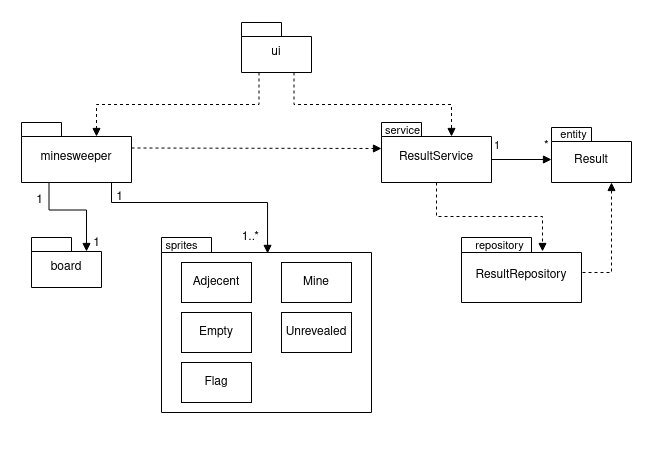
xelmas/ot-miinaharava keeps this draw.io diagram as dokumentaatio/kuvat/arkkitehtuuri-pakkaus-luokat.png. Above is the earlier version. Source tidied: cells renumbered, new cells last; positions are measured from the earlier drawing's top-left corner, leaving out a move shared by most shapes.
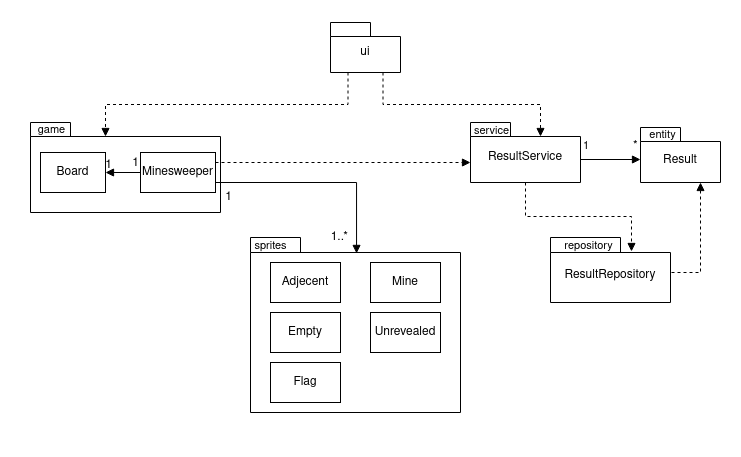
The same file after the commit.

The edit, as a diff of the source:
```diff
@@ -5,22 +5,20 @@
     <mxCell id="2" value="ui" style="shape=folder;fontStyle=0;spacingTop=10;tabWidth=40;tabHeight=14;tabPosition=left;html=1;whiteSpace=wrap;" parent="1" vertex="1">
       <mxGeometry x="240" y="20" width="70" height="50" as="geometry" />
     </mxCell>
-    <mxCell id="3" value="minesweeper" style="shape=folder;fontStyle=0;spacingTop=10;tabWidth=40;tabHeight=14;tabPosition=left;html=1;whiteSpace=wrap;" parent="1" vertex="1">
-      <mxGeometry x="20" y="120" width="110" height="60" as="geometry" />
+    <mxCell id="3" style="shape=folder;fontStyle=0;spacingTop=10;tabWidth=40;tabHeight=14;tabPosition=left;html=1;whiteSpace=wrap;" parent="1" vertex="1">
+      <mxGeometry x="-60" y="120" width="190" height="90" as="geometry" />
     </mxCell>
     <mxCell id="4" style="shape=folder;fontStyle=1;spacingTop=10;tabWidth=50;tabHeight=15;tabPosition=left;html=1;whiteSpace=wrap;" parent="1" vertex="1">
       <mxGeometry x="160" y="235" width="210" height="175" as="geometry" />
     </mxCell>
-    <mxCell id="5" value="board" style="shape=folder;fontStyle=0;spacingTop=10;tabWidth=40;tabHeight=14;tabPosition=left;html=1;whiteSpace=wrap;" parent="1" vertex="1">
-      <mxGeometry x="30" y="235" width="70" height="50" as="geometry" />
-    </mxCell>
     <mxCell id="6" value="dispatch" style="verticalAlign=bottom;endArrow=block;edgeStyle=elbowEdgeStyle;elbow=vertical;curved=0;rounded=0;fontColor=none;html=1;labelBackgroundColor=none;noLabel=1;dashed=1;entryX=0;entryY=0;entryDx=75;entryDy=14;entryPerimeter=0;exitX=0.25;exitY=1;exitDx=0;exitDy=0;exitPerimeter=0;" parent="1" edge="1" source="2" target="3">
       <mxGeometry x="0.01" relative="1" as="geometry" />
     </mxCell>
-    <mxCell id="7" value="dispatch" style="verticalAlign=bottom;endArrow=block;edgeStyle=elbowEdgeStyle;elbow=vertical;curved=0;rounded=0;fontColor=none;html=1;labelBackgroundColor=none;noLabel=1;entryX=0.505;entryY=0.091;entryDx=0;entryDy=0;entryPerimeter=0;" parent="1" edge="1" source="3" target="4">
+    <mxCell id="7" value="dispatch" style="verticalAlign=bottom;endArrow=block;edgeStyle=elbowEdgeStyle;elbow=vertical;curved=0;rounded=0;fontColor=none;html=1;labelBackgroundColor=none;noLabel=1;entryX=0.505;entryY=0.091;entryDx=0;entryDy=0;entryPerimeter=0;exitX=1;exitY=0.75;exitDx=0;exitDy=0;" parent="1" edge="1" source="42" target="4">
       <mxGeometry x="0.01" relative="1" as="geometry">
         <Array as="points">
-          <mxPoint x="110" y="200" />
+          <mxPoint x="250" y="180" />
+          <mxPoint x="200" y="170" />
         </Array>
       </mxGeometry>
     </mxCell>
@@ -52,12 +50,12 @@
       <mxGeometry x="160" y="232.5" width="40" height="20" as="geometry" />
     </mxCell>
     <mxCell id="17" value="1" style="html=1;whiteSpace=wrap;align=right;verticalAlign=bottom;" parent="1" vertex="1">
-      <mxGeometry x="40" y="180" as="geometry">
+      <mxGeometry x="20" y="145" as="geometry">
         <mxPoint x="3" y="27" as="offset" />
       </mxGeometry>
     </mxCell>
     <mxCell id="18" value="1" style="html=1;whiteSpace=wrap;align=right;verticalAlign=bottom;" parent="1" vertex="1">
-      <mxGeometry x="100" y="250" as="geometry" />
+      <mxGeometry x="50" y="170" as="geometry" />
     </mxCell>
     <mxCell id="19" style="html=1;whiteSpace=wrap;align=right;verticalAlign=bottom;" parent="1" vertex="1">
       <mxGeometry x="50" y="200" as="geometry" />
@@ -114,25 +112,37 @@
         </Array>
       </mxGeometry>
     </mxCell>
-    <mxCell id="34" value="dispatch" style="verticalAlign=bottom;endArrow=block;edgeStyle=elbowEdgeStyle;elbow=vertical;curved=0;rounded=0;fontColor=none;html=1;labelBackgroundColor=none;noLabel=1;dashed=1;exitX=0;exitY=0;exitDx=110;exitDy=25.5;exitPerimeter=0;entryX=0;entryY=0;entryDx=0;entryDy=25.5;entryPerimeter=0;" parent="1" edge="1" source="3" target="24">
-      <mxGeometry x="0.01" relative="1" as="geometry" />
-    </mxCell>
     <mxCell id="35" value="&amp;nbsp;" style="text;html=1;strokeColor=none;fillColor=none;align=center;verticalAlign=middle;whiteSpace=wrap;rounded=0;" parent="1" vertex="1">
       <mxGeometry x="250" y="420" width="30" height="10" as="geometry" />
     </mxCell>
     <mxCell id="36" value="&amp;nbsp;" style="text;html=1;strokeColor=none;fillColor=none;align=center;verticalAlign=middle;whiteSpace=wrap;rounded=0;" parent="1" vertex="1">
       <mxGeometry x="640" y="139" width="10" height="21" as="geometry" />
     </mxCell>
-    <mxCell id="37" value="dispatch" style="verticalAlign=bottom;endArrow=block;elbow=vertical;rounded=0;fontColor=none;html=1;labelBackgroundColor=none;noLabel=1;exitX=0.25;exitY=1;exitDx=0;exitDy=0;exitPerimeter=0;entryX=0;entryY=0;entryDx=55;entryDy=14;entryPerimeter=0;edgeStyle=orthogonalEdgeStyle;" parent="1" edge="1" source="3" target="5">
-      <mxGeometry x="0.01" relative="1" as="geometry" />
-    </mxCell>
     <mxCell id="38" value="1" style="html=1;whiteSpace=wrap;align=right;verticalAlign=bottom;" parent="1" vertex="1">
-      <mxGeometry x="50" y="180" as="geometry">
+      <mxGeometry x="70" y="180" as="geometry">
         <mxPoint x="73" y="24" as="offset" />
       </mxGeometry>
     </mxCell>
     <mxCell id="39" value="&amp;nbsp;" style="text;html=1;strokeColor=none;fillColor=none;align=center;verticalAlign=middle;whiteSpace=wrap;rounded=0;" parent="1" vertex="1">
       <mxGeometry x="260" width="50" height="10" as="geometry" />
     </mxCell>
+    <mxCell id="40" value="game" style="text;align=center;fontStyle=0;verticalAlign=middle;spacingLeft=3;spacingRight=3;strokeColor=none;html=1;fontSize=11;" parent="1" vertex="1">
+      <mxGeometry x="-60" y="119" width="42" height="16" as="geometry" />
+    </mxCell>
+    <mxCell id="41" value="Board" style="html=1;whiteSpace=wrap;" parent="1" vertex="1">
+      <mxGeometry x="-50" y="150" width="65" height="40" as="geometry" />
+    </mxCell>
+    <mxCell id="42" value="Minesweeper" style="html=1;whiteSpace=wrap;" parent="1" vertex="1">
+      <mxGeometry x="50" y="150" width="75" height="40" as="geometry" />
+    </mxCell>
+    <mxCell id="43" style="html=1;verticalAlign=bottom;endArrow=block;edgeStyle=elbowEdgeStyle;elbow=vertical;curved=0;rounded=0;exitX=1;exitY=0.25;exitDx=0;exitDy=0;dashed=1;" parent="1" edge="1" source="42" target="24">
+      <mxGeometry x="-0.02" y="30" relative="1" as="geometry" />
+    </mxCell>
+    <mxCell id="44" style="html=1;verticalAlign=bottom;endArrow=block;elbow=vertical;rounded=0;entryX=1;entryY=0.5;entryDx=0;entryDy=0;exitX=0;exitY=0.5;exitDx=0;exitDy=0;" parent="1" edge="1" source="42" target="41">
+      <mxGeometry x="0.14" y="-20" relative="1" as="geometry" />
+    </mxCell>
+    <mxCell id="45" value="&amp;nbsp;" style="text;align=center;fontStyle=1;verticalAlign=middle;spacingLeft=3;spacingRight=3;strokeColor=none;html=1;" parent="1" vertex="1">
+      <mxGeometry x="-90" y="167" width="20" height="23" as="geometry" />
+    </mxCell>
   </root>
 </mxGraphModel>
```
